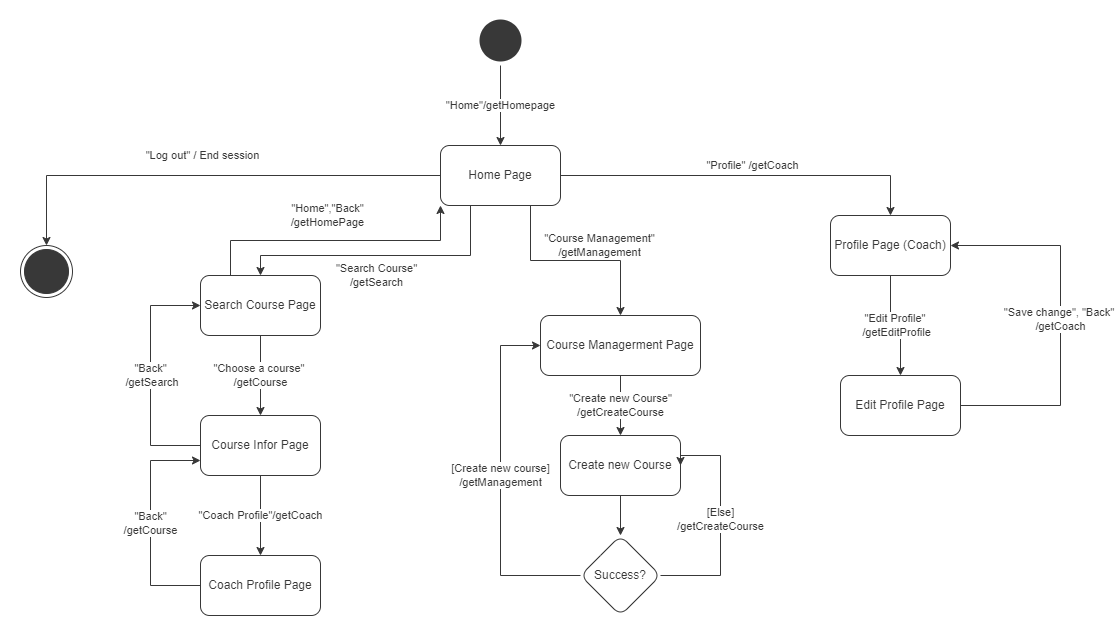
The draw.io diagram Image/UI/diagram/coach.png in kaitouz/ESportNetwork, before a commit. Source tidied: cells renumbered, new cells last; positions are measured from the earlier drawing's top-left corner, leaving out a move shared by most shapes.
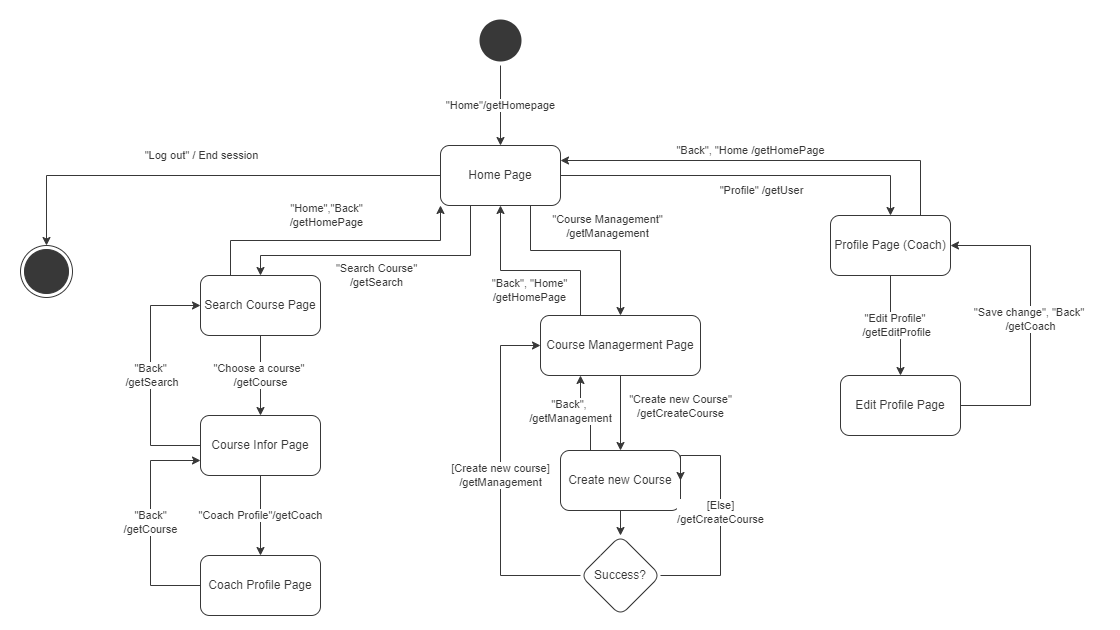
After the change.

Change to the diagram source:
```diff
@@ -11,8 +11,8 @@
     <mxCell id="4" value="&quot;Log out&quot; / End session" style="edgeStyle=orthogonalEdgeStyle;rounded=0;jettySize=auto;html=1;exitX=0;exitY=0.5;exitDx=0;exitDy=0;entryX=0.5;entryY=0;entryDx=0;entryDy=0;labelBackgroundColor=#FFFFFF;fontColor=#383838;strokeColor=#383838;" parent="1" edge="1" source="8" target="9">
       <mxGeometry x="0.03" y="-20" relative="1" as="geometry" />
     </mxCell>
-    <mxCell id="5" value="&quot;Profile&quot; /getCoach" style="edgeStyle=orthogonalEdgeStyle;rounded=0;jettySize=auto;html=1;labelBackgroundColor=#FFFFFF;fontColor=#383838;strokeColor=#383838;" parent="1" edge="1" source="8" target="11">
-      <mxGeometry x="0.04" y="10" relative="1" as="geometry" />
+    <mxCell id="5" value="&quot;Back&quot;, &quot;Home /getHomePage" style="edgeStyle=orthogonalEdgeStyle;rounded=0;jettySize=auto;html=1;labelBackgroundColor=#FFFFFF;fontColor=#383838;strokeColor=#383838;" parent="1" edge="1" source="8" target="11">
+      <mxGeometry x="0.03" y="25" relative="1" as="geometry" />
     </mxCell>
     <mxCell id="6" value="&quot;Search Course&quot;&lt;br&gt;/getSearch" style="edgeStyle=orthogonalEdgeStyle;rounded=0;jettySize=auto;html=1;labelBackgroundColor=#FFFFFF;fontColor=#383838;strokeColor=#383838;exitX=0.25;exitY=1;exitDx=0;exitDy=0;" parent="1" edge="1" source="8" target="16">
       <mxGeometry x="0.03" y="20" relative="1" as="geometry">
@@ -23,7 +23,13 @@
       </mxGeometry>
     </mxCell>
     <mxCell id="7" value="&quot;Course Management&quot;&lt;br&gt;/getManagement" style="edgeStyle=orthogonalEdgeStyle;rounded=0;jettySize=auto;html=1;exitX=0.75;exitY=1;exitDx=0;exitDy=0;labelBackgroundColor=#FFFFFF;fontColor=#383838;strokeColor=#383838;" parent="1" edge="1" source="8" target="23">
-      <mxGeometry x="0.25" y="15" relative="1" as="geometry" />
+      <mxGeometry x="0.25" y="14" relative="1" as="geometry">
+        <Array as="points">
+          <mxPoint x="510" y="235" />
+          <mxPoint x="600" y="235" />
+        </Array>
+        <mxPoint x="-4" y="-10" as="offset" />
+      </mxGeometry>
     </mxCell>
     <mxCell id="8" value="Home Page" style="whiteSpace=wrap;html=1;strokeColor=#383838;fillColor=#FFFFFF;rounded=1;fontColor=#383838;" parent="1" vertex="1">
       <mxGeometry x="420" y="130" width="120" height="60" as="geometry" />
@@ -40,8 +46,8 @@
     <mxCell id="12" value="&quot;Save change&quot;, &quot;Back&quot; &lt;br&gt;/getCoach" style="edgeStyle=orthogonalEdgeStyle;rounded=0;jettySize=auto;html=1;exitX=1;exitY=0.5;exitDx=0;exitDy=0;entryX=1;entryY=0.5;entryDx=0;entryDy=0;labelBackgroundColor=#FFFFFF;fontColor=#383838;strokeColor=#383838;" parent="1" edge="1" source="13" target="11">
       <mxGeometry relative="1" as="geometry">
         <Array as="points">
-          <mxPoint x="1040" y="390" />
-          <mxPoint x="1040" y="230" />
+          <mxPoint x="1010" y="390" />
+          <mxPoint x="1010" y="230" />
         </Array>
       </mxGeometry>
     </mxCell>
@@ -83,7 +89,7 @@
       <mxGeometry x="180" y="540" width="120" height="60" as="geometry" />
     </mxCell>
     <mxCell id="22" value="&quot;Create new Course&quot;&lt;br&gt;/getCreateCourse" style="edgeStyle=orthogonalEdgeStyle;rounded=0;jettySize=auto;html=1;exitX=0.5;exitY=1;exitDx=0;exitDy=0;entryX=0.5;entryY=0;entryDx=0;entryDy=0;labelBackgroundColor=#FFFFFF;fontColor=#383838;strokeColor=#383838;" parent="1" edge="1" source="23" target="25">
-      <mxGeometry relative="1" as="geometry" />
+      <mxGeometry x="-0.17" y="60" relative="1" as="geometry" />
     </mxCell>
     <mxCell id="23" value="Course Managerment Page" style="whiteSpace=wrap;html=1;strokeColor=#383838;fillColor=#FFFFFF;rounded=1;fontColor=#383838;" parent="1" vertex="1">
       <mxGeometry x="520" y="300" width="160" height="60" as="geometry" />
@@ -91,8 +97,13 @@
     <mxCell id="24" style="edgeStyle=orthogonalEdgeStyle;rounded=0;jettySize=auto;html=1;labelBackgroundColor=#FFFFFF;fontColor=#383838;strokeColor=#383838;" parent="1" edge="1" source="25" target="28">
       <mxGeometry relative="1" as="geometry" />
     </mxCell>
+    <mxCell id="29" style="edgeStyle=orthogonalEdgeStyle;rounded=0;jettySize=auto;html=1;exitX=0.25;exitY=0;exitDx=0;exitDy=0;" parent="1" edge="1" source="25">
+      <mxGeometry relative="1" as="geometry">
+        <mxPoint x="570" y="395" as="targetPoint" />
+      </mxGeometry>
+    </mxCell>
     <mxCell id="25" value="Create new Course" style="whiteSpace=wrap;html=1;rounded=1;fontColor=#383838;strokeColor=#383838;fillColor=#FFFFFF;" parent="1" vertex="1">
-      <mxGeometry x="540" y="420" width="120" height="60" as="geometry" />
+      <mxGeometry x="540" y="435" width="120" height="60" as="geometry" />
     </mxCell>
     <mxCell id="26" value="[Create new course]&lt;br&gt;/getManagement" style="edgeStyle=orthogonalEdgeStyle;rounded=0;jettySize=auto;html=1;exitX=0;exitY=0.5;exitDx=0;exitDy=0;entryX=0;entryY=0.5;entryDx=0;entryDy=0;labelBackgroundColor=#FFFFFF;fontColor=#383838;strokeColor=#383838;" parent="1" edge="1" source="28" target="23">
       <mxGeometry x="0.03" relative="1" as="geometry">
@@ -113,5 +124,19 @@
     <mxCell id="28" value="Success?" style="rhombus;whiteSpace=wrap;html=1;rounded=1;fontColor=#383838;strokeColor=#383838;fillColor=#FFFFFF;" parent="1" vertex="1">
       <mxGeometry x="560" y="520" width="80" height="80" as="geometry" />
     </mxCell>
+    <mxCell id="30" value="&quot;Profile&quot; /getUser" style="edgeStyle=orthogonalEdgeStyle;rounded=0;jettySize=auto;html=1;labelBackgroundColor=#FFFFFF;fontColor=#383838;strokeColor=#383838;entryX=1;entryY=0.25;entryDx=0;entryDy=0;exitX=0.75;exitY=0;exitDx=0;exitDy=0;" parent="1" edge="1" source="11" target="8">
+      <mxGeometry x="0.04" y="30" relative="1" as="geometry" />
+    </mxCell>
+    <mxCell id="31" value="&quot;Back&quot;, &quot;Home&quot;&lt;br&gt;/getHomePage" style="edgeStyle=orthogonalEdgeStyle;rounded=0;jettySize=auto;html=1;labelBackgroundColor=#FFFFFF;fontColor=#383838;strokeColor=#383838;entryX=0.5;entryY=1;entryDx=0;entryDy=0;exitX=0.25;exitY=0;exitDx=0;exitDy=0;" parent="1" edge="1" source="23" target="8">
+      <mxGeometry y="20" relative="1" as="geometry">
+        <Array as="points">
+          <mxPoint x="560" y="255" />
+          <mxPoint x="480" y="255" />
+        </Array>
+      </mxGeometry>
+    </mxCell>
+    <mxCell id="32" value="&quot;Back&quot;, &lt;br&gt;/getManagement" style="edgeStyle=orthogonalEdgeStyle;rounded=0;jettySize=auto;html=1;labelBackgroundColor=#FFFFFF;fontColor=#383838;strokeColor=#383838;exitX=0.25;exitY=0;exitDx=0;exitDy=0;entryX=0.25;entryY=1;entryDx=0;entryDy=0;" parent="1" edge="1" source="25" target="23">
+      <mxGeometry x="0.14" y="10" relative="1" as="geometry" />
+    </mxCell>
   </root>
 </mxGraphModel>
```
